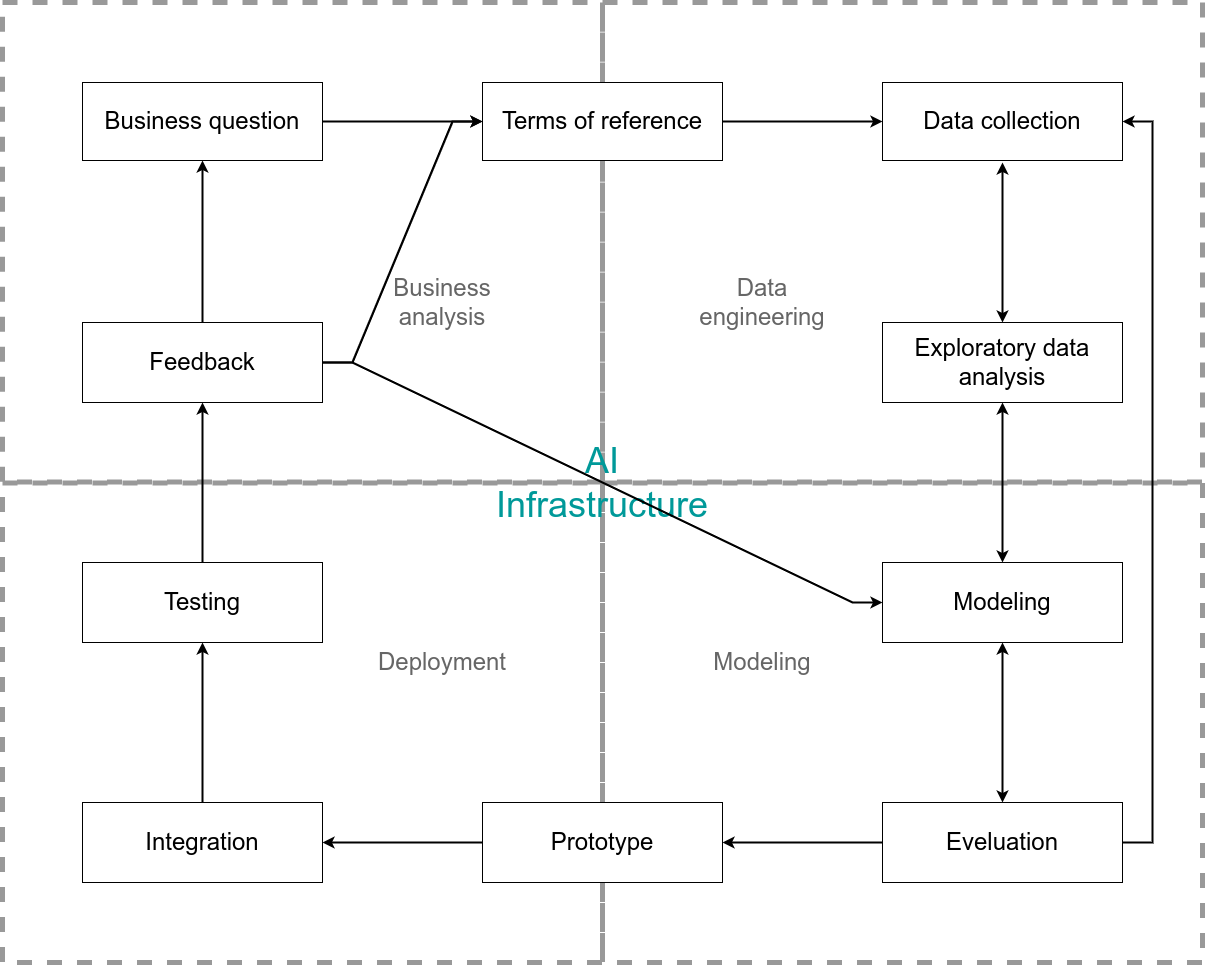
The draw.io diagram diagrams/ai_project_development_life_cycle.drawio.png in ryndovaira-org/data_science_lectures, before a commit. Source tidied: cells renumbered, new cells last; positions are measured from the earlier drawing's top-left corner, leaving out a move shared by most shapes.
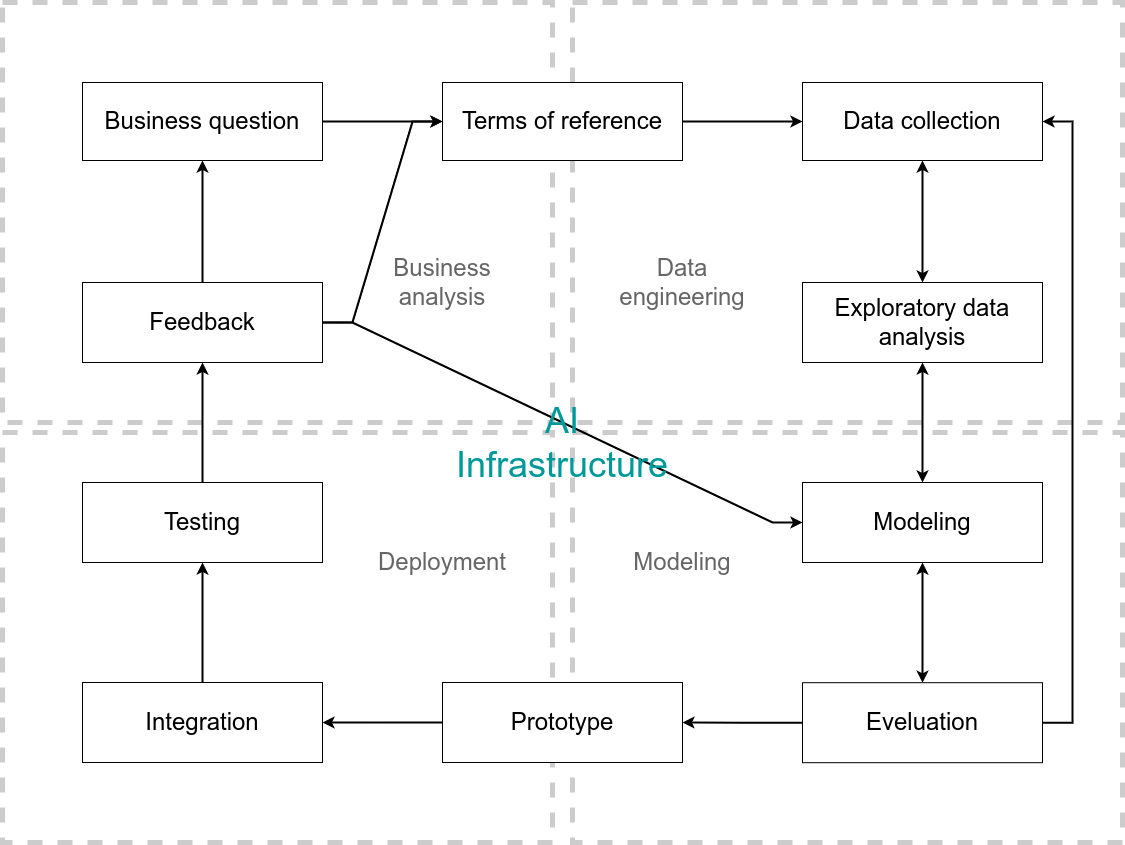
Above is the later version.

The edit, as a diff of the source:
```diff
@@ -2,25 +2,23 @@
   <root>
     <mxCell id="0" />
     <mxCell id="1" parent="0" />
-    <mxCell id="2" style="rounded=0;whiteSpace=wrap;html=1;strokeColor=#999999;fontFamily=Helvetica;fontSize=12;fontColor=default;fillColor=none;dashed=1;strokeWidth=5;" parent="1" vertex="1">
-      <mxGeometry width="600" height="479.6" as="geometry" />
+    <mxCell id="2" style="rounded=0;whiteSpace=wrap;html=1;strokeColor=#CCCCCC;fontFamily=Helvetica;fontSize=12;fontColor=default;fillColor=none;dashed=1;strokeWidth=5;" parent="1" vertex="1">
+      <mxGeometry x="-40" y="40" width="550" height="420" as="geometry" />
     </mxCell>
-    <mxCell id="3" style="rounded=0;whiteSpace=wrap;html=1;strokeColor=#999999;fontFamily=Helvetica;fontSize=12;fontColor=default;fillColor=none;dashed=1;strokeWidth=5;" parent="1" vertex="1">
-      <mxGeometry y="480.4" width="600" height="479.6" as="geometry" />
+    <mxCell id="3" style="rounded=0;whiteSpace=wrap;html=1;strokeColor=#CCCCCC;fontFamily=Helvetica;fontSize=12;fontColor=default;fillColor=none;dashed=1;strokeWidth=5;" parent="1" vertex="1">
+      <mxGeometry x="-40" y="470" width="550" height="410" as="geometry" />
     </mxCell>
-    <mxCell id="4" style="rounded=0;whiteSpace=wrap;html=1;strokeColor=#999999;fontFamily=Helvetica;fontSize=12;fontColor=default;fillColor=none;dashed=1;strokeWidth=5;" parent="1" vertex="1">
-      <mxGeometry x="600" width="600" height="479.6" as="geometry" />
+    <mxCell id="4" style="rounded=0;whiteSpace=wrap;html=1;strokeColor=#CCCCCC;fontFamily=Helvetica;fontSize=12;fontColor=default;fillColor=none;dashed=1;strokeWidth=5;" parent="1" vertex="1">
+      <mxGeometry x="530" y="40" width="550" height="420" as="geometry" />
     </mxCell>
-    <mxCell id="5" style="rounded=0;whiteSpace=wrap;html=1;strokeColor=#999999;fontFamily=Helvetica;fontSize=12;fontColor=default;fillColor=none;dashed=1;strokeWidth=5;" parent="1" vertex="1">
-      <mxGeometry x="600" y="480.4" width="600" height="479.6" as="geometry" />
+    <mxCell id="5" style="rounded=0;whiteSpace=wrap;html=1;strokeColor=#CCCCCC;fontFamily=Helvetica;fontSize=12;fontColor=default;fillColor=none;dashed=1;strokeWidth=5;" parent="1" vertex="1">
+      <mxGeometry x="530" y="470" width="550" height="410" as="geometry" />
     </mxCell>
     <mxCell id="6" style="endArrow=classic;startArrow=classic;rounded=0;jettySize=auto;html=1;strokeWidth=2;" parent="1" edge="1" source="19" target="21">
       <mxGeometry relative="1" as="geometry" />
     </mxCell>
-    <mxCell id="7" style="endArrow=classic;startArrow=classic;rounded=0;jettySize=auto;html=1;fontFamily=Helvetica;fontSize=12;fontColor=default;strokeWidth=2;" parent="1" edge="1" source="19">
-      <mxGeometry relative="1" as="geometry">
-        <mxPoint x="1000" y="160" as="targetPoint" />
-      </mxGeometry>
+    <mxCell id="7" style="endArrow=classic;startArrow=classic;rounded=0;jettySize=auto;html=1;fontFamily=Helvetica;fontSize=12;fontColor=default;strokeWidth=2;" parent="1" edge="1" source="19" target="18">
+      <mxGeometry relative="1" as="geometry" />
     </mxCell>
     <mxCell id="8" style="edgeStyle=orthogonalEdgeStyle;rounded=0;jettySize=auto;html=1;strokeWidth=2;" parent="1" edge="1" source="20" target="27">
       <mxGeometry relative="1" as="geometry" />
@@ -35,16 +33,16 @@
       <mxGeometry relative="1" as="geometry" />
     </mxCell>
     <mxCell id="12" value="&lt;font style=&quot;font-size: 24px;&quot;&gt;Business question&lt;/font&gt;" style="rounded=0;whiteSpace=wrap;html=1;" parent="1" vertex="1">
-      <mxGeometry x="80" y="80" width="240" height="78" as="geometry" />
+      <mxGeometry x="40" y="120" width="240" height="78" as="geometry" />
     </mxCell>
     <mxCell id="13" value="&lt;font style=&quot;font-size: 24px;&quot;&gt;Feedback&lt;/font&gt;" style="rounded=0;whiteSpace=wrap;html=1;" parent="1" vertex="1">
-      <mxGeometry x="80" y="320" width="240" height="80" as="geometry" />
+      <mxGeometry x="40" y="320" width="240" height="80" as="geometry" />
     </mxCell>
     <mxCell id="14" style="edgeStyle=orthogonalEdgeStyle;rounded=0;jettySize=auto;html=1;strokeWidth=2;" parent="1" edge="1" source="13" target="12">
       <mxGeometry relative="1" as="geometry" />
     </mxCell>
     <mxCell id="15" value="&lt;font style=&quot;font-size: 24px;&quot;&gt;Terms of reference&lt;/font&gt;" style="rounded=0;whiteSpace=wrap;html=1;" parent="1" vertex="1">
-      <mxGeometry x="480" y="80" width="240" height="78" as="geometry" />
+      <mxGeometry x="400" y="120" width="240" height="78" as="geometry" />
     </mxCell>
     <mxCell id="16" style="edgeStyle=orthogonalEdgeStyle;rounded=0;jettySize=auto;html=1;strokeWidth=2;" parent="1" edge="1" source="12" target="15">
       <mxGeometry relative="1" as="geometry" />
@@ -53,52 +51,52 @@
       <mxGeometry relative="1" as="geometry" />
     </mxCell>
     <mxCell id="18" value="&lt;font style=&quot;font-size: 24px;&quot;&gt;Data collection&lt;/font&gt;" style="rounded=0;whiteSpace=wrap;html=1;" parent="1" vertex="1">
-      <mxGeometry x="880" y="80" width="240" height="78" as="geometry" />
+      <mxGeometry x="760" y="120" width="240" height="78" as="geometry" />
     </mxCell>
     <mxCell id="19" value="&lt;font style=&quot;font-size: 24px;&quot;&gt;Exploratory data analysis&lt;/font&gt;" style="rounded=0;whiteSpace=wrap;html=1;" parent="1" vertex="1">
-      <mxGeometry x="880" y="320" width="240" height="80" as="geometry" />
+      <mxGeometry x="760" y="320" width="240" height="80" as="geometry" />
     </mxCell>
     <mxCell id="20" value="&lt;font style=&quot;font-size: 24px;&quot;&gt;Eveluation&lt;/font&gt;" style="rounded=0;whiteSpace=wrap;html=1;" parent="1" vertex="1">
-      <mxGeometry x="880" y="800" width="240" height="80" as="geometry" />
+      <mxGeometry x="760" y="720.2" width="240" height="80" as="geometry" />
     </mxCell>
     <mxCell id="21" value="&lt;font style=&quot;font-size: 24px;&quot;&gt;Modeling&lt;/font&gt;" style="rounded=0;whiteSpace=wrap;html=1;" parent="1" vertex="1">
-      <mxGeometry x="880" y="560" width="240" height="80" as="geometry" />
+      <mxGeometry x="760" y="520" width="240" height="80" as="geometry" />
     </mxCell>
     <mxCell id="22" style="endArrow=classic;startArrow=classic;rounded=0;jettySize=auto;html=1;strokeWidth=2;" parent="1" edge="1" source="21" target="20">
       <mxGeometry relative="1" as="geometry" />
     </mxCell>
     <mxCell id="23" value="&lt;font color=&quot;#666666&quot; style=&quot;font-size: 24px;&quot;&gt;Deployment&lt;/font&gt;" style="text;html=1;strokeColor=none;fillColor=none;align=center;verticalAlign=middle;whiteSpace=wrap;rounded=0;fontSize=12;fontFamily=Helvetica;fontColor=default;" parent="1" vertex="1">
-      <mxGeometry x="360" y="600" width="160" height="120.2" as="geometry" />
+      <mxGeometry x="320" y="560" width="160" height="80" as="geometry" />
     </mxCell>
     <mxCell id="24" value="&lt;font style=&quot;font-size: 24px;&quot;&gt;Testing&lt;/font&gt;" style="rounded=0;whiteSpace=wrap;html=1;" parent="1" vertex="1">
-      <mxGeometry x="80" y="560" width="240" height="80" as="geometry" />
+      <mxGeometry x="40" y="520" width="240" height="80" as="geometry" />
     </mxCell>
     <mxCell id="25" value="&lt;font style=&quot;font-size: 24px;&quot;&gt;Integration&lt;/font&gt;" style="rounded=0;whiteSpace=wrap;html=1;" parent="1" vertex="1">
-      <mxGeometry x="80" y="800" width="240" height="80" as="geometry" />
+      <mxGeometry x="40" y="720" width="240" height="80" as="geometry" />
     </mxCell>
     <mxCell id="26" style="edgeStyle=orthogonalEdgeStyle;rounded=0;jettySize=auto;html=1;entryX=0.5;entryY=1;entryDx=0;entryDy=0;strokeWidth=2;" parent="1" edge="1" source="25" target="24">
       <mxGeometry relative="1" as="geometry" />
     </mxCell>
     <mxCell id="27" value="&lt;font style=&quot;font-size: 24px;&quot;&gt;Prototype&lt;/font&gt;" style="rounded=0;whiteSpace=wrap;html=1;" parent="1" vertex="1">
-      <mxGeometry x="480" y="800" width="240" height="80" as="geometry" />
+      <mxGeometry x="400" y="720" width="240" height="80" as="geometry" />
     </mxCell>
     <mxCell id="28" style="edgeStyle=orthogonalEdgeStyle;rounded=0;jettySize=auto;html=1;strokeWidth=2;" parent="1" edge="1" source="27" target="25">
       <mxGeometry relative="1" as="geometry" />
     </mxCell>
     <mxCell id="29" value="&lt;font style=&quot;font-size: 24px;&quot; color=&quot;#666666&quot;&gt;Business analysis&lt;/font&gt;" style="text;html=1;strokeColor=none;fillColor=none;align=center;verticalAlign=middle;whiteSpace=wrap;rounded=0;fontSize=12;fontFamily=Helvetica;fontColor=default;" parent="1" vertex="1">
-      <mxGeometry x="360" y="240" width="160" height="120.2" as="geometry" />
+      <mxGeometry x="320" y="280" width="160" height="80" as="geometry" />
     </mxCell>
     <mxCell id="30" value="&lt;font style=&quot;font-size: 24px;&quot; color=&quot;#666666&quot;&gt;Data engineering&lt;/font&gt;" style="text;html=1;strokeColor=none;fillColor=none;align=center;verticalAlign=middle;whiteSpace=wrap;rounded=0;fontSize=12;fontFamily=Helvetica;fontColor=default;" parent="1" vertex="1">
-      <mxGeometry x="680" y="240" width="160" height="120.2" as="geometry" />
+      <mxGeometry x="560" y="280" width="160" height="80" as="geometry" />
     </mxCell>
     <mxCell id="31" value="&lt;font style=&quot;font-size: 24px;&quot; color=&quot;#666666&quot;&gt;Modeling&lt;/font&gt;" style="text;html=1;strokeColor=none;fillColor=none;align=center;verticalAlign=middle;whiteSpace=wrap;rounded=0;fontSize=12;fontFamily=Helvetica;fontColor=default;" parent="1" vertex="1">
-      <mxGeometry x="680" y="600" width="160" height="120" as="geometry" />
+      <mxGeometry x="560" y="560" width="160" height="80" as="geometry" />
     </mxCell>
+    <mxCell id="33" style="rounded=0;jettySize=auto;html=1;fontFamily=Helvetica;fontSize=12;fontColor=default;exitX=1;exitY=0.5;exitDx=0;exitDy=0;edgeStyle=entityRelationEdgeStyle;elbow=vertical;strokeWidth=2;" parent="1" edge="1" source="13" target="21">
+      <mxGeometry relative="1" as="geometry" />
+    </mxCell>
     <mxCell id="32" value="&lt;font color=&quot;#009999&quot; style=&quot;font-size: 36px;&quot;&gt;AI Infrastructure&lt;/font&gt;" style="text;html=1;strokeColor=none;fillColor=none;align=center;verticalAlign=middle;whiteSpace=wrap;rounded=0;fontSize=12;fontFamily=Helvetica;fontColor=default;" parent="1" vertex="1">
-      <mxGeometry x="480" y="400" width="240" height="160" as="geometry" />
+      <mxGeometry x="400" y="400" width="240" height="160" as="geometry" />
     </mxCell>
-    <mxCell id="33" style="rounded=0;jettySize=auto;html=1;fontFamily=Helvetica;fontSize=12;fontColor=default;exitX=1;exitY=0.5;exitDx=0;exitDy=0;edgeStyle=entityRelationEdgeStyle;elbow=vertical;strokeWidth=2;" parent="1" edge="1" source="13" target="21">
-      <mxGeometry relative="1" as="geometry" />
-    </mxCell>
   </root>
 </mxGraphModel>
```
